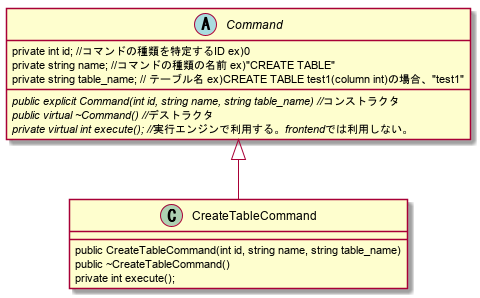
project-tsurugi/tsurugi_fdw keeps this PlantUML diagram as docs/design/img/out/Command/Command.png. Above is the earlier version.
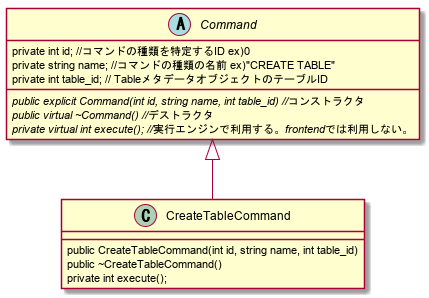
The same diagram one commit later.

Commit message:
Change a message function parameter table_name to table_id

The edit, as a diff of the source:
```diff
@@ -5,15 +5,15 @@
 abstract class Command{
 	{field} private int id; //コマンドの種類を特定するID ex)0
 	{field} private string name; //コマンドの種類の名前 ex)"CREATE TABLE"
-	{field} private string table_name; // テーブル名 ex)CREATE TABLE test1(column int)の場合、"test1"
+	{field} private int table_id; // TableメタデータオブジェクトのテーブルID
 
-	{abstract} public explicit Command(int id, string name, string table_name) //コンストラクタ
+	{abstract} public explicit Command(int id, string name, int table_id) //コンストラクタ
 	{abstract} public virtual ~Command() //デストラクタ
     {abstract} private virtual int execute(); //実行エンジンで利用する。frontendでは利用しない。
 }
 
 class CreateTableCommand{
-	public CreateTableCommand(int id, string name, string table_name)
+	public CreateTableCommand(int id, string name, int table_id)
 	public ~CreateTableCommand()
     private int execute();
 }
```
